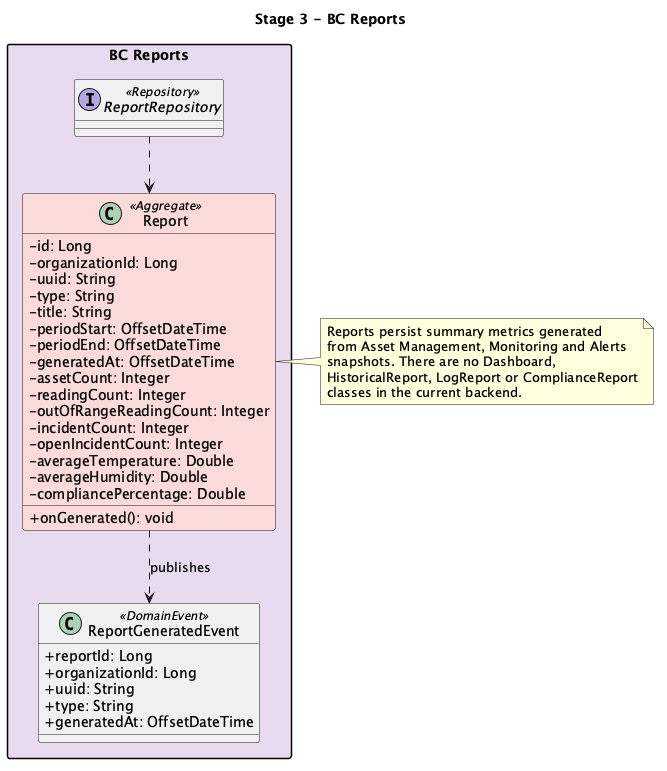
Above: report/assets/chapter-04/classdiagram/classdiagram-etapa3-bc-reportes.png in ICEQ2026/informe-del-proyecto (PlantUML), before the change.
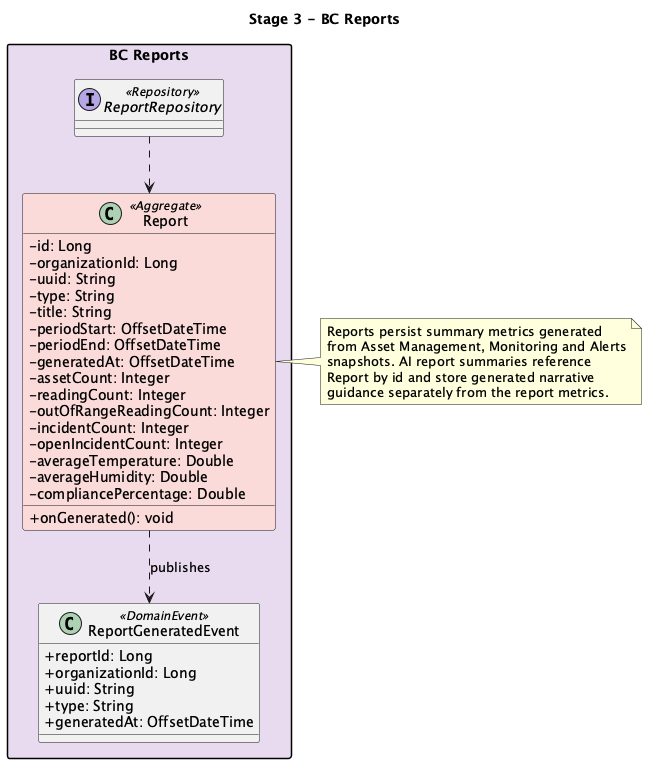
Above is the later version.

What changed in the source:
```diff
@@ -47,9 +47,9 @@
 note right of Report
   Reports persist summary metrics generated
   from Asset Management, Monitoring and Alerts
-  snapshots. There are no Dashboard,
-  HistoricalReport, LogReport or ComplianceReport
-  classes in the current backend.
+  snapshots. AI report summaries reference
+  Report by id and store generated narrative
+  guidance separately from the report metrics.
 end note
 
 @enduml
```
